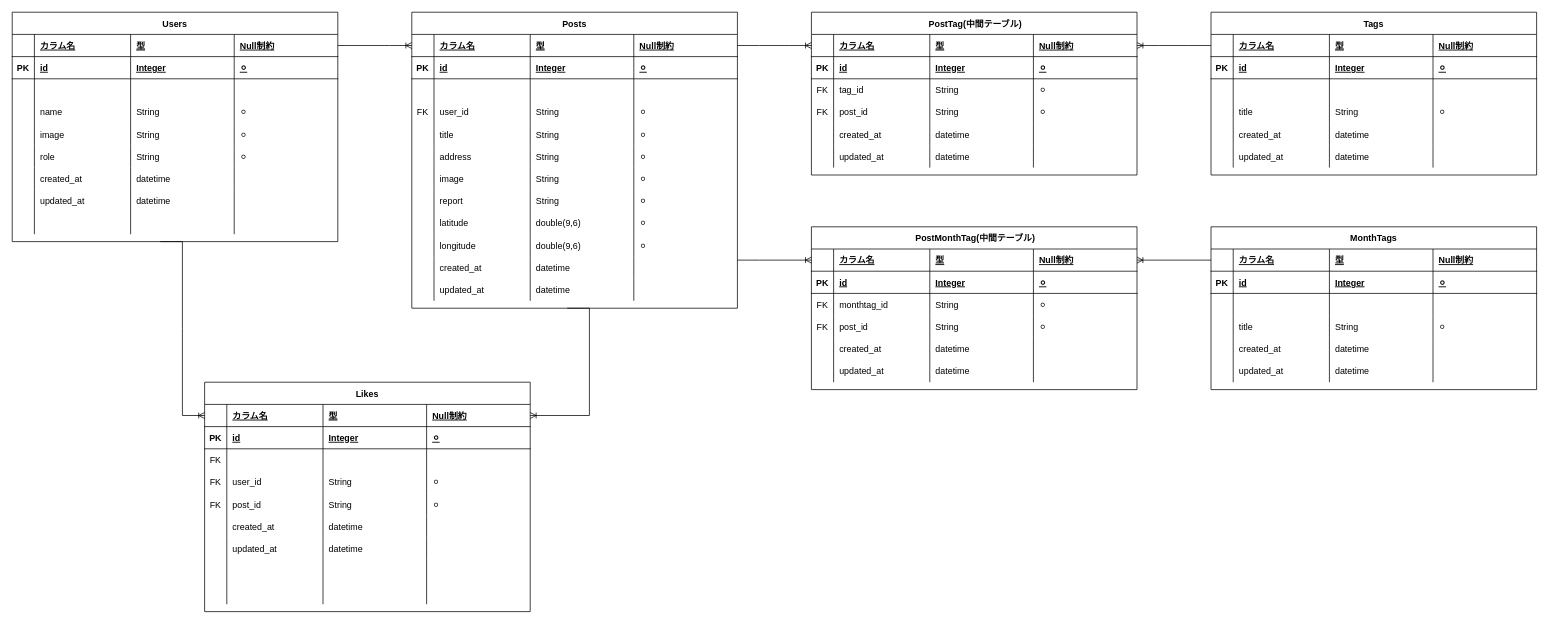
Earlier version of the draw.io diagram ER.drawio (tolbou/IshikawaTrip). Source tidied: cells renumbered, new cells numbered last; positions are measured from the earlier drawing's top-left corner, leaving out a move shared by most shapes. Both pictures are drawn from the tidied source at 74%, with x=0, y=0 at pixel (12, 12).
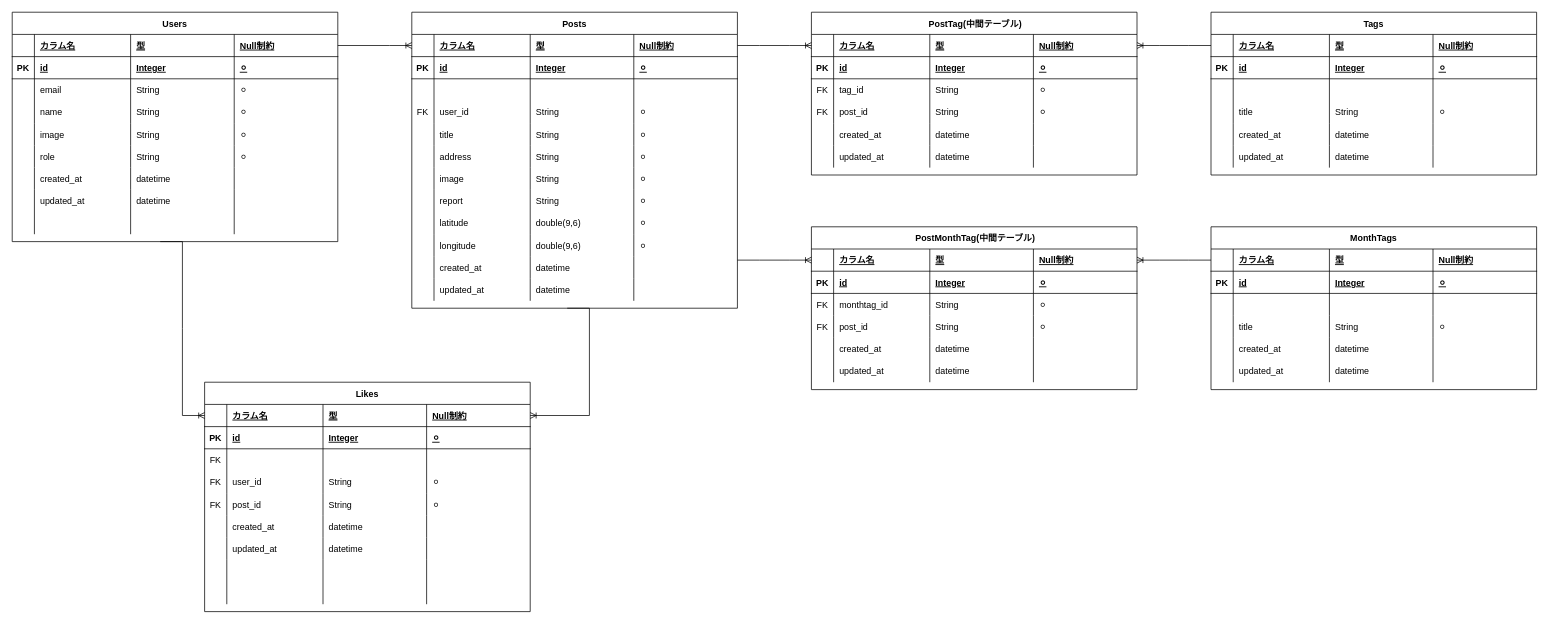
The same diagram, later.

The change refers to these unchanged cells:
```xml
<mxCell id="13" style="shape=partialRectangle;fillColor=none;top=0;left=0;right=0;bottom=0;" parent="2" vertex="1">
  <mxGeometry y="90" width="440" height="30" as="geometry" />
</mxCell>
```

What changed in the source:
```diff
@@
-    <mxCell id="15" style="shape=partialRectangle;overflow=hidden;fillColor=none;top=0;left=0;bottom=0;right=0;align=left;spacingLeft=6;" parent="13" vertex="1">
+    <mxCell id="15" value="email" style="shape=partialRectangle;overflow=hidden;fillColor=none;top=0;left=0;bottom=0;right=0;align=left;spacingLeft=6;" parent="13" vertex="1">
       <mxGeometry x="30" width="130" height="30" as="geometry" />
     </mxCell>
-    <mxCell id="16" style="shape=partialRectangle;overflow=hidden;fillColor=none;top=0;left=0;bottom=0;right=0;align=left;spacingLeft=6;" parent="13" vertex="1">
+    <mxCell id="16" value="String" style="shape=partialRectangle;overflow=hidden;fillColor=none;top=0;left=0;bottom=0;right=0;align=left;spacingLeft=6;" parent="13" vertex="1">
       <mxGeometry x="160" width="140" height="30" as="geometry" />
     </mxCell>
-    <mxCell id="17" style="shape=partialRectangle;overflow=hidden;fillColor=none;top=0;left=0;bottom=0;right=0;align=left;spacingLeft=6;" parent="13" vertex="1">
+    <mxCell id="17" value="⚪︎" style="shape=partialRectangle;overflow=hidden;fillColor=none;top=0;left=0;bottom=0;right=0;align=left;spacingLeft=6;" parent="13" vertex="1">
       <mxGeometry x="300" width="140" height="30" as="geometry" />
     </mxCell>
```
